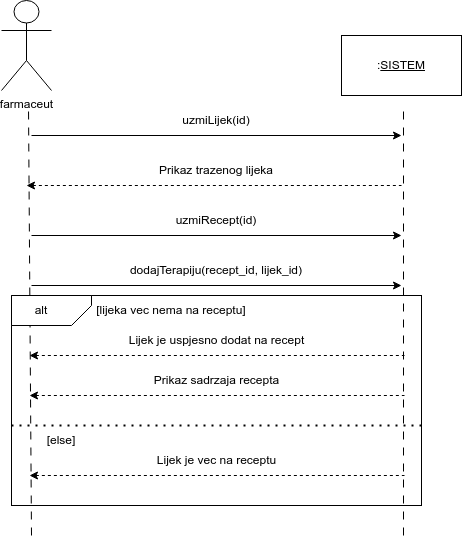
Balsa-Dogandzic/OnlinePharmacy keeps this draw.io diagram as docs/SSD2.png. Above is the earlier version. Source tidied: cells renumbered, new cells last; positions are measured from the earlier drawing's top-left corner, leaving out a move shared by most shapes.
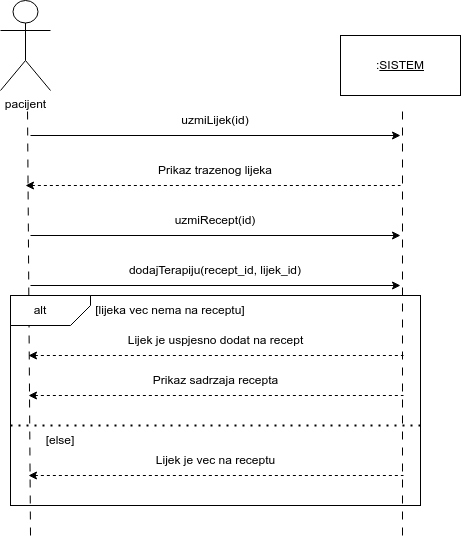
The same diagram one commit later.

Commit message:
All diagrams done

Diff of the diagram source:
```diff
@@ -5,7 +5,7 @@
     <mxCell id="2" style="rounded=0;whiteSpace=wrap;html=1;" parent="1" vertex="1">
       <mxGeometry x="10" y="295" width="410" height="210" as="geometry" />
     </mxCell>
-    <mxCell id="3" value="farmaceut" style="shape=umlActor;verticalLabelPosition=bottom;verticalAlign=top;html=1;" parent="1" vertex="1">
+    <mxCell id="3" value="pacijent" style="shape=umlActor;verticalLabelPosition=bottom;verticalAlign=top;html=1;" parent="1" vertex="1">
       <mxGeometry width="50" height="90" as="geometry" />
     </mxCell>
     <mxCell id="4" value=":&lt;u&gt;SISTEM&lt;/u&gt;" style="rounded=0;whiteSpace=wrap;html=1;" parent="1" vertex="1">
```
